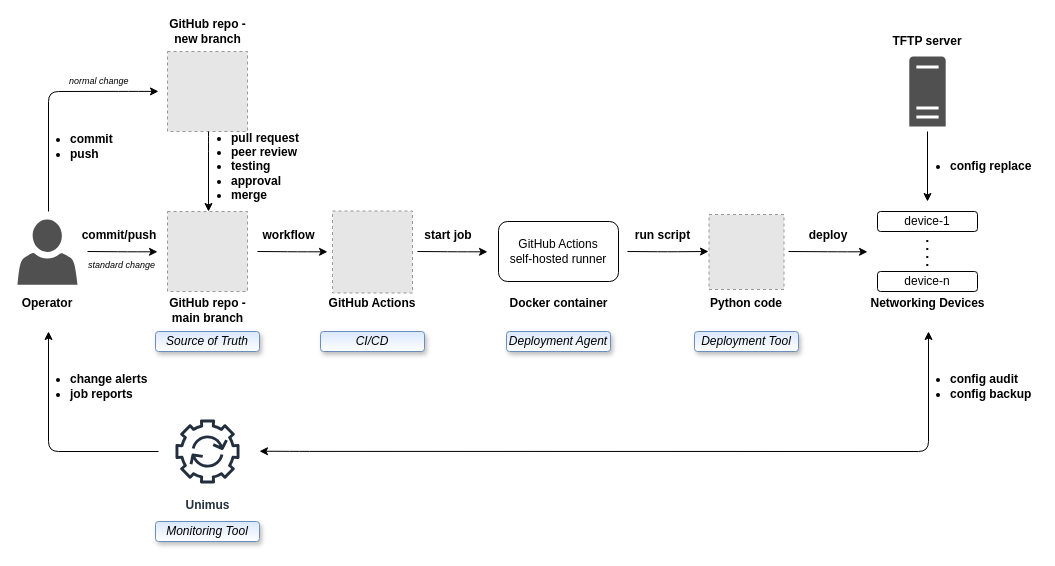
Earlier version of the draw.io diagram diagram-network-automation-github-actions.drawio (gdmoney/network-automation-github-actions). Source tidied: cells renumbered, new cells numbered last; positions are measured from the earlier drawing's top-left corner, leaving out a move shared by most shapes. Both pictures are drawn from the tidied source at 100%, with x=0, y=0 at pixel (17, 21). Pictures stored in the file or linked from it are replaced by grey dashed boxes.
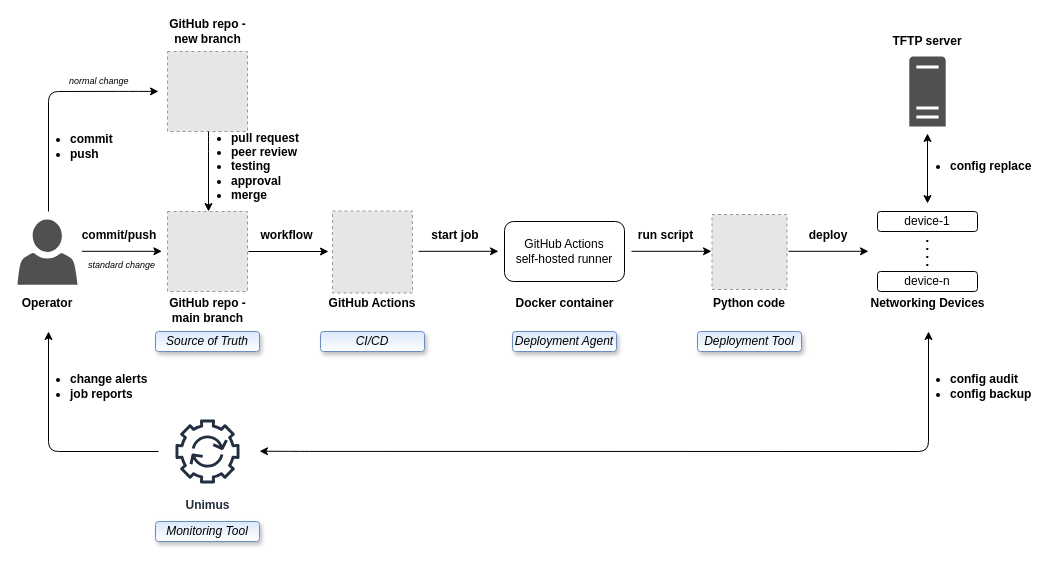
The same page after the edit.

Change to the diagram source:
```diff
@@
-    <mxCell id="2" style="endArrow=classic;html=1;" parent="1" edge="1">
-      <mxGeometry relative="1" as="geometry">
-        <mxPoint x="70" y="230" as="sourcePoint" />
-        <mxPoint x="140" y="230.3" as="targetPoint" />
-        <Array as="points">
-          <mxPoint x="110" y="230.3" />
-        </Array>
-      </mxGeometry>
-    </mxCell>
-    <mxCell id="3" style="endArrow=classic;html=1;" parent="1" edge="1">
-      <mxGeometry relative="1" as="geometry">
-        <mxPoint x="240" y="230" as="sourcePoint" />
-        <mxPoint x="310" y="230.3" as="targetPoint" />
-        <Array as="points">
-          <mxPoint x="280" y="230.3" />
-        </Array>
-      </mxGeometry>
-    </mxCell>
-    <mxCell id="4" style="endArrow=classic;html=1;" parent="1" edge="1">
-      <mxGeometry relative="1" as="geometry">
-        <mxPoint x="400" y="230" as="sourcePoint" />
-        <mxPoint x="470" y="230.3" as="targetPoint" />
-        <Array as="points">
-          <mxPoint x="440" y="230.3" />
-        </Array>
-      </mxGeometry>
-    </mxCell>
-    <mxCell id="5" style="endArrow=classic;html=1;" parent="1" edge="1">
-      <mxGeometry relative="1" as="geometry">
-        <mxPoint x="610" y="230" as="sourcePoint" />
-        <mxPoint x="691" y="230" as="targetPoint" />
-        <Array as="points">
-          <mxPoint x="650" y="230.3" />
-        </Array>
-      </mxGeometry>
-    </mxCell>
-    <mxCell id="6" style="endArrow=classic;html=1;" parent="1" edge="1">
-      <mxGeometry relative="1" as="geometry">
-        <mxPoint x="771" y="230" as="sourcePoint" />
-        <mxPoint x="850" y="230.3" as="targetPoint" />
-        <Array as="points">
-          <mxPoint x="820" y="230.3" />
-        </Array>
-      </mxGeometry>
-    </mxCell>
@@
     <mxCell id="8" value="&lt;b&gt;workflow&lt;/b&gt;" style="text;html=1;strokeColor=none;fillColor=none;align=center;verticalAlign=middle;whiteSpace=wrap;rounded=0;" parent="1" vertex="1">
-      <mxGeometry x="242" y="204" width="59" height="20" as="geometry" />
+      <mxGeometry x="240" y="204" width="59" height="20" as="geometry" />
     </mxCell>
@@
     <mxCell id="14" value="&lt;b&gt;Python code&lt;/b&gt;" style="text;html=1;strokeColor=none;fillColor=none;align=center;verticalAlign=middle;whiteSpace=wrap;rounded=0;" parent="1" vertex="1">
-      <mxGeometry x="689" y="272" width="80" height="20" as="geometry" />
+      <mxGeometry x="692" y="272" width="80" height="20" as="geometry" />
     </mxCell>
     <mxCell id="15" value="&lt;b&gt;start job&lt;/b&gt;" style="text;html=1;strokeColor=none;fillColor=none;align=center;verticalAlign=middle;whiteSpace=wrap;rounded=0;" parent="1" vertex="1">
-      <mxGeometry x="400" y="204" width="62" height="20" as="geometry" />
+      <mxGeometry x="407" y="204" width="62" height="20" as="geometry" />
     </mxCell>
     <mxCell id="16" value="&lt;b&gt;run script&lt;/b&gt;" style="text;html=1;strokeColor=none;fillColor=none;align=center;verticalAlign=middle;whiteSpace=wrap;rounded=0;" parent="1" vertex="1">
-      <mxGeometry x="612" y="204" width="67" height="20" as="geometry" />
+      <mxGeometry x="615" y="204" width="67" height="20" as="geometry" />
     </mxCell>
     <mxCell id="17" value="GitHub Actions&lt;br&gt;self-hosted runner" style="rounded=1;whiteSpace=wrap;html=1;fillColor=none;" parent="1" vertex="1">
-      <mxGeometry x="481" y="200" width="120" height="60" as="geometry" />
+      <mxGeometry x="487" y="200" width="120" height="60" as="geometry" />
     </mxCell>
     <mxCell id="18" value="&lt;b&gt;Docker container&lt;br&gt;&lt;/b&gt;" style="text;html=1;strokeColor=none;fillColor=none;align=center;verticalAlign=middle;whiteSpace=wrap;rounded=0;" parent="1" vertex="1">
-      <mxGeometry x="488.5" y="272" width="105" height="20" as="geometry" />
+      <mxGeometry x="494.5" y="272" width="105" height="20" as="geometry" />
     </mxCell>
@@
+    <mxCell id="48" style="edgeStyle=orthogonalEdgeStyle;rounded=0;orthogonalLoop=1;jettySize=auto;html=1;" parent="1" edge="1">
+      <mxGeometry relative="1" as="geometry">
+        <mxPoint x="231" y="230" as="sourcePoint" />
+        <mxPoint x="311" y="230" as="targetPoint" />
+      </mxGeometry>
+    </mxCell>
@@
     <mxCell id="30" value="&lt;span&gt;Deployment Tool&lt;/span&gt;" style="text;html=1;strokeColor=#6c8ebf;fillColor=#dae8fc;align=center;verticalAlign=middle;whiteSpace=wrap;rounded=1;gradientColor=#ffffff;glass=0;shadow=1;sketch=0;fontStyle=2;labelBackgroundColor=none;labelBorderColor=none;" parent="1" vertex="1">
-      <mxGeometry x="677" y="310" width="104" height="20" as="geometry" />
+      <mxGeometry x="680" y="310" width="104" height="20" as="geometry" />
     </mxCell>
     <mxCell id="31" value="&lt;span&gt;Deployment Agent&lt;/span&gt;" style="text;html=1;strokeColor=#6c8ebf;fillColor=#dae8fc;align=center;verticalAlign=middle;whiteSpace=wrap;rounded=1;gradientColor=#ffffff;glass=0;shadow=1;sketch=0;fontStyle=2;labelBackgroundColor=none;labelBorderColor=none;" parent="1" vertex="1">
-      <mxGeometry x="489" y="310" width="104" height="20" as="geometry" />
+      <mxGeometry x="495" y="310" width="104" height="20" as="geometry" />
     </mxCell>
     <mxCell id="32" style="fillColor=#E6E6E6;strokeColor=#999999;dashed=1;html=1;verticalAlign=top;verticalLabelPosition=bottom;labelBackgroundColor=#ffffff;" parent="1" vertex="1">
-      <mxGeometry x="691.5" y="193" width="75" height="75" as="geometry" />
+      <mxGeometry x="694.5" y="193" width="75" height="75" as="geometry" />
     </mxCell>
@@
-    <mxCell id="44" style="edgeStyle=orthogonalEdgeStyle;rounded=0;orthogonalLoop=1;jettySize=auto;html=1;" parent="1" edge="1">
+    <mxCell id="44" style="edgeStyle=orthogonalEdgeStyle;rounded=0;orthogonalLoop=1;jettySize=auto;html=1;startArrow=classic;startFill=1;" parent="1" edge="1">
       <mxGeometry relative="1" as="geometry">
-        <mxPoint x="910" y="110" as="sourcePoint" />
-        <mxPoint x="910" y="180" as="targetPoint" />
+        <mxPoint x="910" y="112" as="sourcePoint" />
+        <mxPoint x="910" y="182" as="targetPoint" />
       </mxGeometry>
     </mxCell>
@@
+    <mxCell id="49" style="edgeStyle=orthogonalEdgeStyle;rounded=0;orthogonalLoop=1;jettySize=auto;html=1;" parent="1" edge="1">
+      <mxGeometry relative="1" as="geometry">
+        <mxPoint x="64.4" y="229.8" as="sourcePoint" />
+        <mxPoint x="144.4" y="229.8" as="targetPoint" />
+      </mxGeometry>
+    </mxCell>
+    <mxCell id="50" style="edgeStyle=orthogonalEdgeStyle;rounded=0;orthogonalLoop=1;jettySize=auto;html=1;" parent="1" edge="1">
+      <mxGeometry relative="1" as="geometry">
+        <mxPoint x="771" y="229.8" as="sourcePoint" />
+        <mxPoint x="851" y="229.8" as="targetPoint" />
+      </mxGeometry>
+    </mxCell>
+    <mxCell id="51" style="edgeStyle=orthogonalEdgeStyle;rounded=0;orthogonalLoop=1;jettySize=auto;html=1;" parent="1" edge="1">
+      <mxGeometry relative="1" as="geometry">
+        <mxPoint x="614" y="229.8" as="sourcePoint" />
+        <mxPoint x="694" y="229.8" as="targetPoint" />
+      </mxGeometry>
+    </mxCell>
+    <mxCell id="52" style="edgeStyle=orthogonalEdgeStyle;rounded=0;orthogonalLoop=1;jettySize=auto;html=1;" parent="1" edge="1">
+      <mxGeometry relative="1" as="geometry">
+        <mxPoint x="401" y="229.8" as="sourcePoint" />
+        <mxPoint x="481" y="229.8" as="targetPoint" />
+      </mxGeometry>
+    </mxCell>
```
